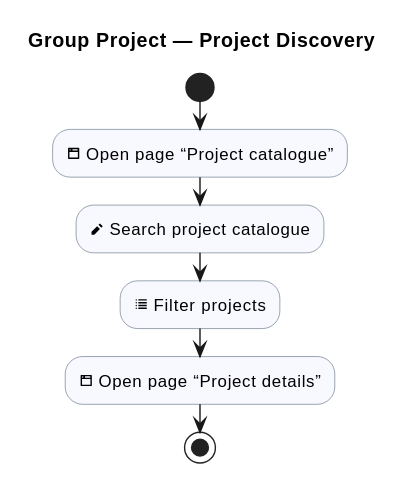
This is industrial-placement-group-project/diagrams/group-project/project-discovery.svg from sdflkjssl/sdflkjssl.github.io, a PlantUML export, as it was before one commit.
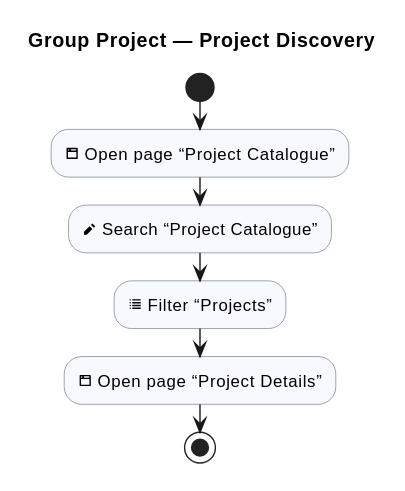
Later version of the same file.

Diff of the diagram source:
```diff
@@ -10,9 +10,9 @@
 |Student|
 
 start
-:<&browser> Open page “Project catalogue”; <<#GhostWhite>>
-:<&pencil> Search project catalogue; <<#GhostWhite>>
-:<&list> Filter projects; <<#GhostWhite>>
-:<&browser> Open page “Project details”; <<#GhostWhite>>
+:<&browser> Open page “Project Catalogue”; <<#GhostWhite>>
+:<&pencil> Search “Project Catalogue”; <<#GhostWhite>>
+:<&list> Filter “Projects”; <<#GhostWhite>>
+:<&browser> Open page “Project Details”; <<#GhostWhite>>
 stop
 @enduml
```
